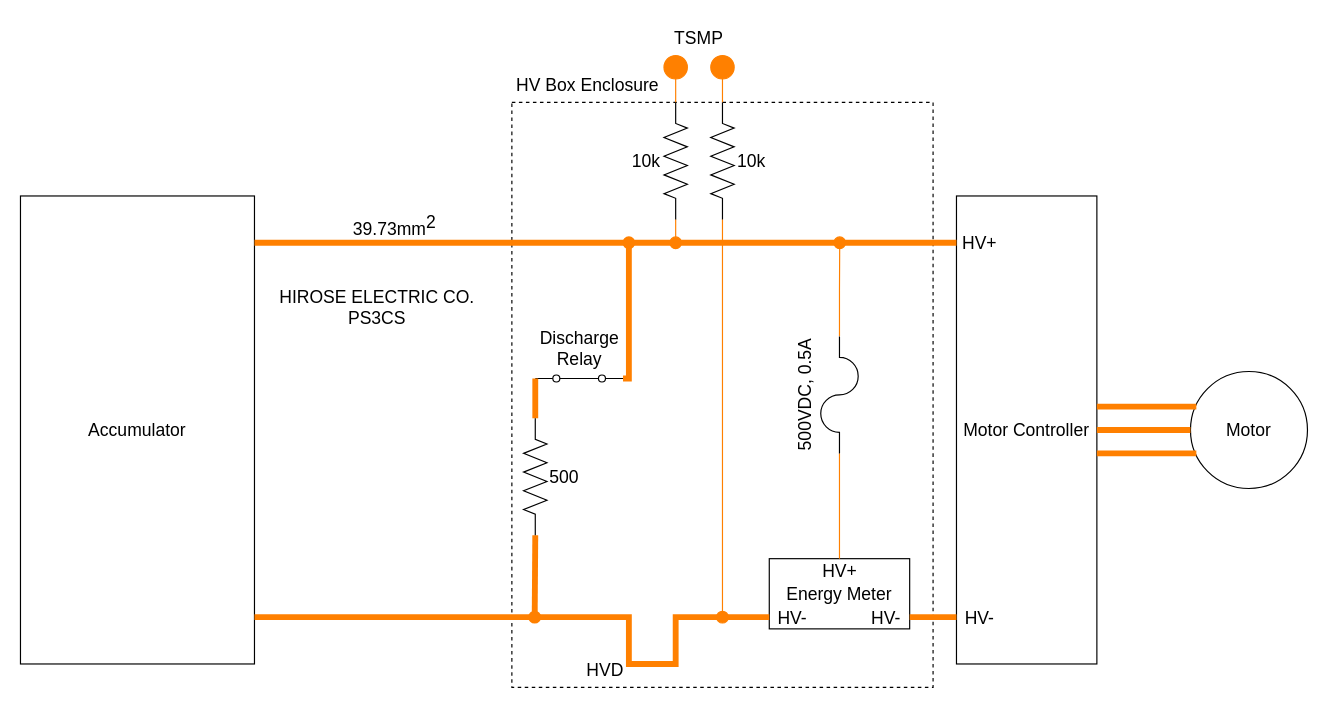
Before: page "TractiveSystemCircuit" (2 of 6) of EVCircuit.drawio in ST04-tkmr/drawio_Schematics, a draw.io diagram. Source tidied: cells renumbered, new cells numbered last; positions are measured from the earlier drawing's top-left corner, leaving out a move shared by most shapes. Both pictures are drawn from the tidied source at 117%, with x=0, y=0 at pixel (20, 20).
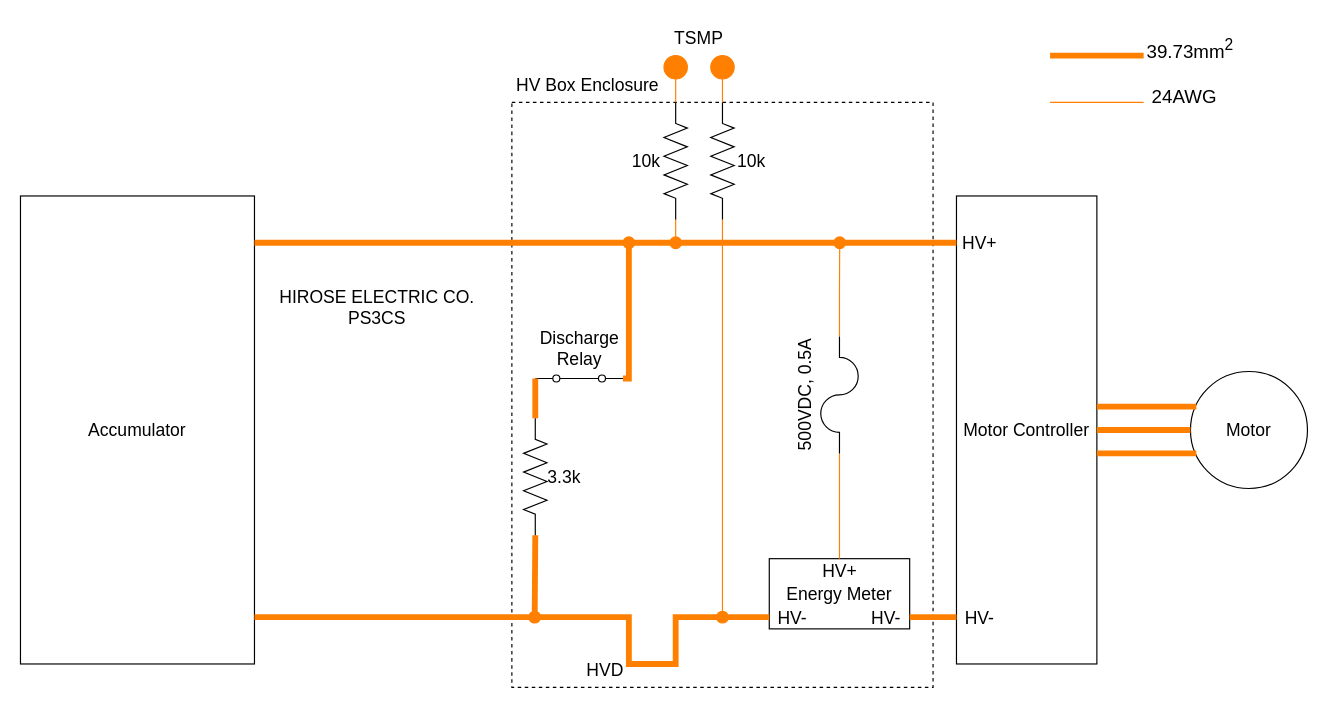
The same page after the edit.

Diff of the diagram source:
```diff
@@
-    <mxCell id="24" value="39.73mm&lt;sup style=&quot;font-size: 15px;&quot;&gt;2&lt;/sup&gt;" style="text;strokeColor=none;align=center;fillColor=none;html=1;verticalAlign=middle;whiteSpace=wrap;rounded=0;fontSize=15;" parent="1" vertex="1">
-      <mxGeometry x="290" y="160" width="60" height="30" as="geometry" />
-    </mxCell>
@@
-    <mxCell id="41" value="500" style="text;strokeColor=none;align=center;fillColor=none;html=1;verticalAlign=middle;whiteSpace=wrap;rounded=0;fontSize=15;" parent="1" vertex="1">
+    <mxCell id="41" value="3.3k" style="text;strokeColor=none;align=center;fillColor=none;html=1;verticalAlign=middle;whiteSpace=wrap;rounded=0;fontSize=15;" parent="1" vertex="1">
       <mxGeometry x="450" y="375" width="30" height="30" as="geometry" />
     </mxCell>
@@
+    <mxCell id="44" style="edgeStyle=orthogonalEdgeStyle;shape=connector;rounded=0;orthogonalLoop=1;jettySize=auto;html=1;labelBackgroundColor=default;strokeColor=#FF8000;fontFamily=Helvetica;fontSize=11;fontColor=default;endArrow=none;endFill=0;strokeWidth=5;" parent="1" edge="1">
+      <mxGeometry relative="1" as="geometry">
+        <mxPoint x="960" y="30" as="sourcePoint" />
+        <mxPoint x="880" y="30" as="targetPoint" />
+      </mxGeometry>
+    </mxCell>
+    <mxCell id="45" style="edgeStyle=orthogonalEdgeStyle;shape=connector;rounded=0;orthogonalLoop=1;jettySize=auto;html=1;labelBackgroundColor=default;strokeColor=#FF8000;fontFamily=Helvetica;fontSize=11;fontColor=default;endArrow=none;endFill=0;endSize=10;" parent="1" edge="1">
+      <mxGeometry relative="1" as="geometry">
+        <mxPoint x="880" y="70" as="sourcePoint" />
+        <mxPoint x="960" y="70" as="targetPoint" />
+        <Array as="points">
+          <mxPoint x="880" y="70" />
+        </Array>
+      </mxGeometry>
+    </mxCell>
+    <mxCell id="24" value="39.73mm&lt;sup&gt;2&lt;/sup&gt;" style="text;strokeColor=none;align=center;fillColor=none;html=1;verticalAlign=middle;whiteSpace=wrap;rounded=0;fontSize=16;" parent="1" vertex="1">
+      <mxGeometry x="970" y="10" width="60" height="30" as="geometry" />
+    </mxCell>
+    <mxCell id="46" value="24AWG" style="text;strokeColor=none;align=center;fillColor=none;html=1;verticalAlign=middle;whiteSpace=wrap;rounded=0;fontSize=16;" parent="1" vertex="1">
+      <mxGeometry x="960" y="50" width="70" height="30" as="geometry" />
+    </mxCell>
```
